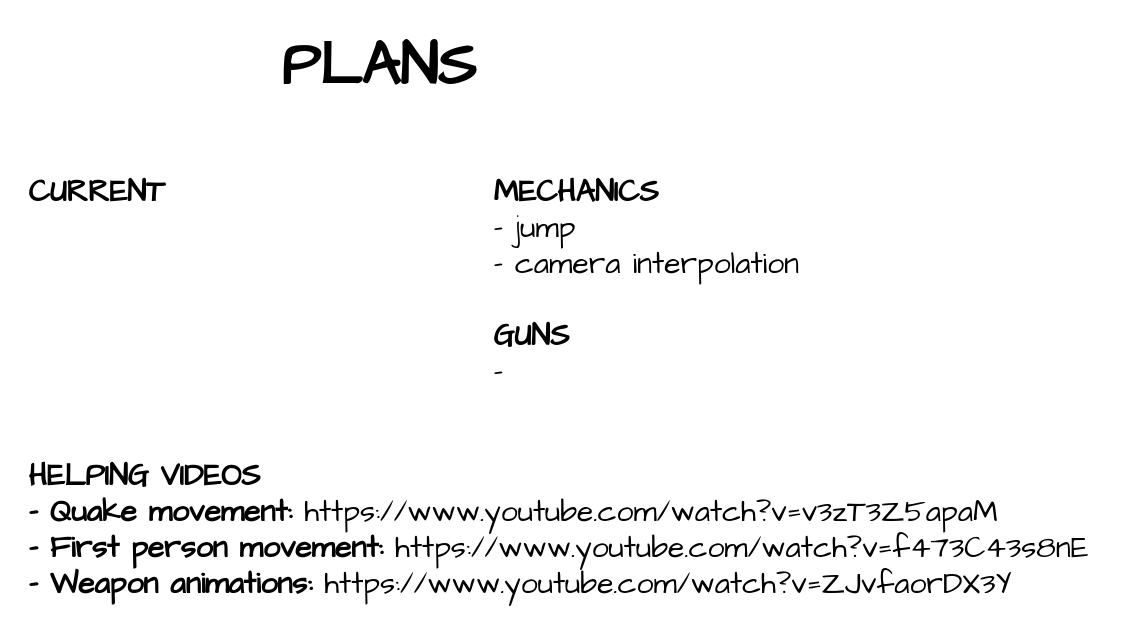
The draw.io diagram plans.drawio in HasChad/bevy-shooting-range, before the edit. Source tidied: cells renumbered, new cells numbered last; positions are measured from the earlier drawing's top-left corner, leaving out a move shared by most shapes. Both pictures are drawn from the tidied source at 150%, with x=0, y=0 at pixel (26, 26).
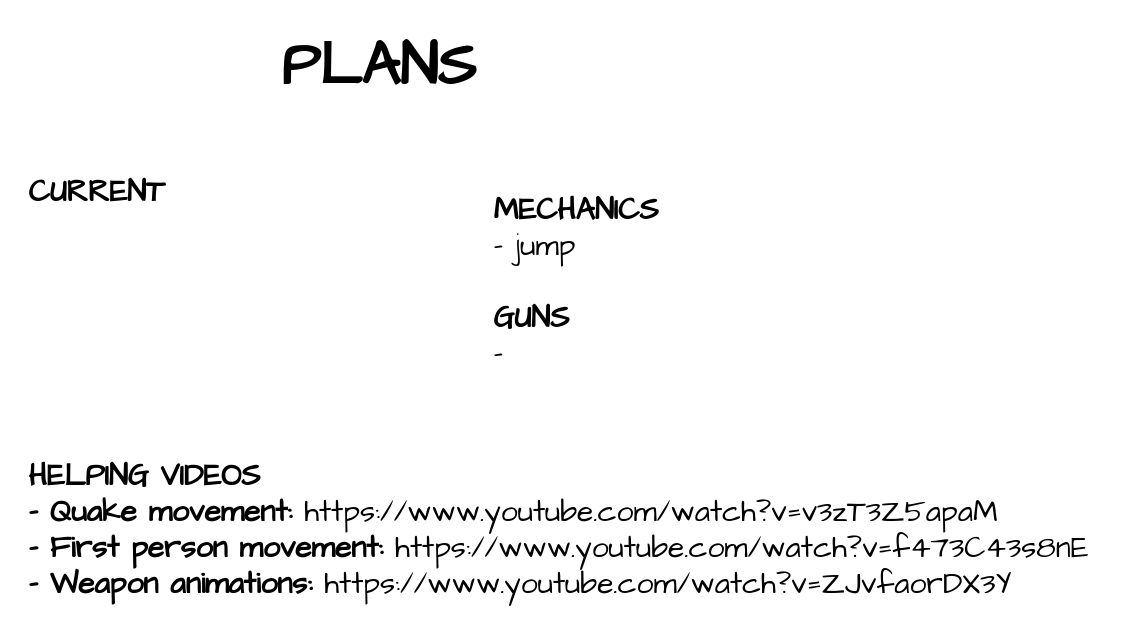
The same diagram, later.

What changed in the source:
```diff
@@
 <mxGraphModel>
   <root>
     <mxCell id="0" />
     <mxCell id="1" parent="0" />
-    <mxCell id="2" value="&lt;b&gt;MECHANICS&lt;/b&gt;&lt;br&gt;- jump&lt;br&gt;- camera interpolation&lt;br&gt;&lt;br&gt;&lt;b&gt;GUNS&lt;/b&gt;&lt;br&gt;-" style="text;html=1;align=left;verticalAlign=middle;strokeColor=none;fillColor=none;fontSize=20;fontFamily=Architects Daughter;sketch=1;hachureGap=4;jiggle=2;curveFitting=1;" parent="1" vertex="1">
-      <mxGeometry x="310" y="90" width="230" height="160" as="geometry" />
+    <mxCell id="2" value="&lt;b&gt;MECHANICS&lt;/b&gt;&lt;br&gt;- jump&lt;br&gt;&lt;br&gt;&lt;b&gt;GUNS&lt;/b&gt;&lt;br&gt;-" style="text;html=1;align=left;verticalAlign=middle;strokeColor=none;fillColor=none;fontSize=20;fontFamily=Architects Daughter;sketch=1;hachureGap=4;jiggle=2;curveFitting=1;" parent="1" vertex="1">
+      <mxGeometry x="310" y="105" width="130" height="130" as="geometry" />
     </mxCell>
     <mxCell id="3" value="&lt;b&gt;CURRENT&lt;/b&gt;&lt;br&gt;" style="text;html=1;align=left;verticalAlign=middle;strokeColor=none;fillColor=none;fontSize=20;fontFamily=Architects Daughter;sketch=1;hachureGap=4;jiggle=2;curveFitting=1;" parent="1" vertex="1">
       <mxGeometry y="90" width="110" height="40" as="geometry" />
     </mxCell>
     <mxCell id="4" value="&lt;p style=&quot;line-height: 0%;&quot;&gt;&lt;b style=&quot;&quot;&gt;&lt;font style=&quot;font-size: 40px;&quot;&gt;PLANS&lt;/font&gt;&lt;/b&gt;&lt;/p&gt;" style="text;html=1;align=center;verticalAlign=middle;strokeColor=none;fillColor=none;fontSize=20;fontFamily=Architects Daughter;sketch=1;hachureGap=4;jiggle=2;curveFitting=1;" parent="1" vertex="1">
       <mxGeometry x="160" width="150" height="60" as="geometry" />
     </mxCell>
     <mxCell id="5" value="&lt;b&gt;HELPING VIDEOS&lt;br&gt;&lt;/b&gt;&lt;span style=&quot;background-color: initial;&quot;&gt;&lt;b&gt;- Quake movement:&lt;/b&gt; https://www.youtube.com/watch?v=v3zT3Z5apaM&lt;/span&gt;&lt;b&gt;&lt;br&gt;- First person movement:&amp;nbsp;&lt;/b&gt;https://www.youtube.com/watch?v=f473C43s8nE&lt;br&gt;&lt;b&gt;- Weapon animations:&lt;/b&gt; https://www.youtube.com/watch?v=ZJvfaorDX3Y" style="text;html=1;align=left;verticalAlign=middle;strokeColor=none;fillColor=none;fontSize=20;fontFamily=Architects Daughter;sketch=1;hachureGap=4;jiggle=2;curveFitting=1;" parent="1" vertex="1">
       <mxGeometry y="280" width="730" height="110" as="geometry" />
     </mxCell>
   </root>
 </mxGraphModel>
```
